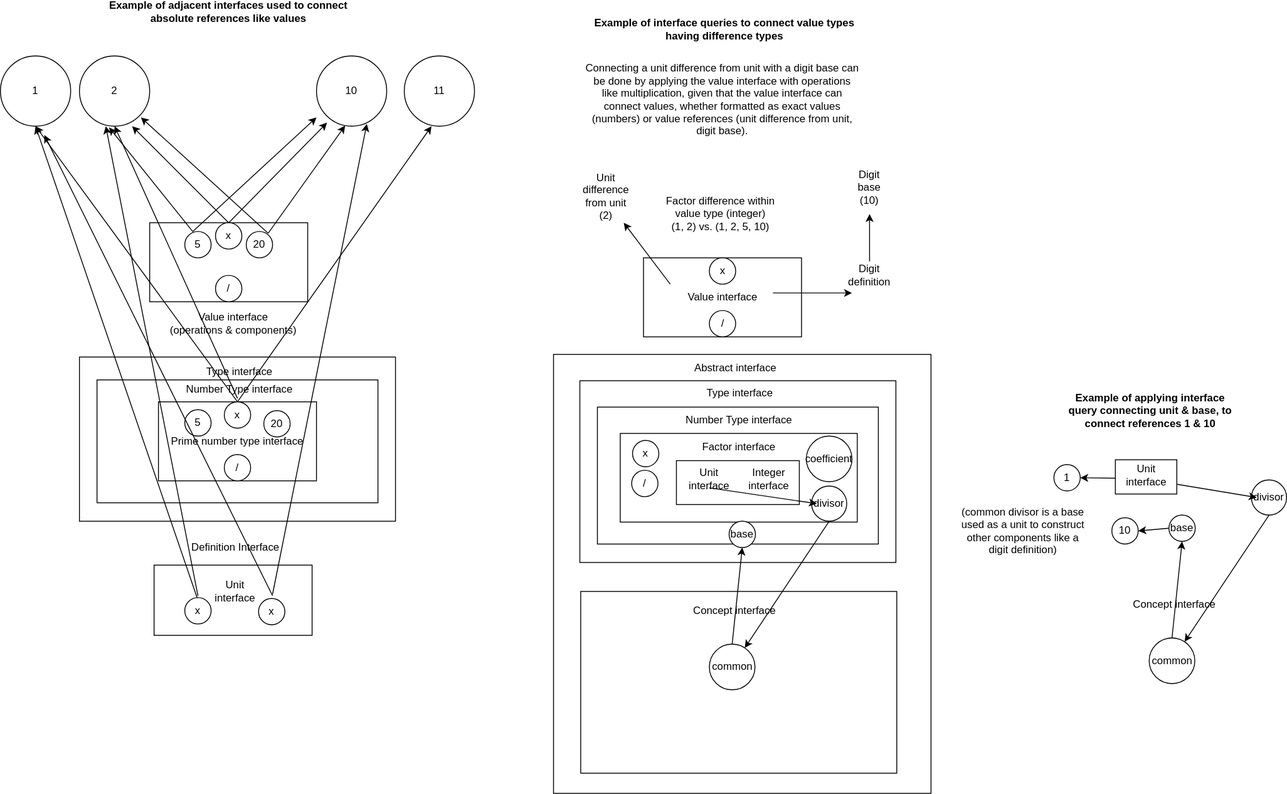
Above: docs/objects/math.svg in outdreamer/build-a-cure (draw.io), before the change. Source tidied: cells renumbered, new cells last; positions are measured from the earlier drawing's top-left corner, leaving out a move shared by most shapes.
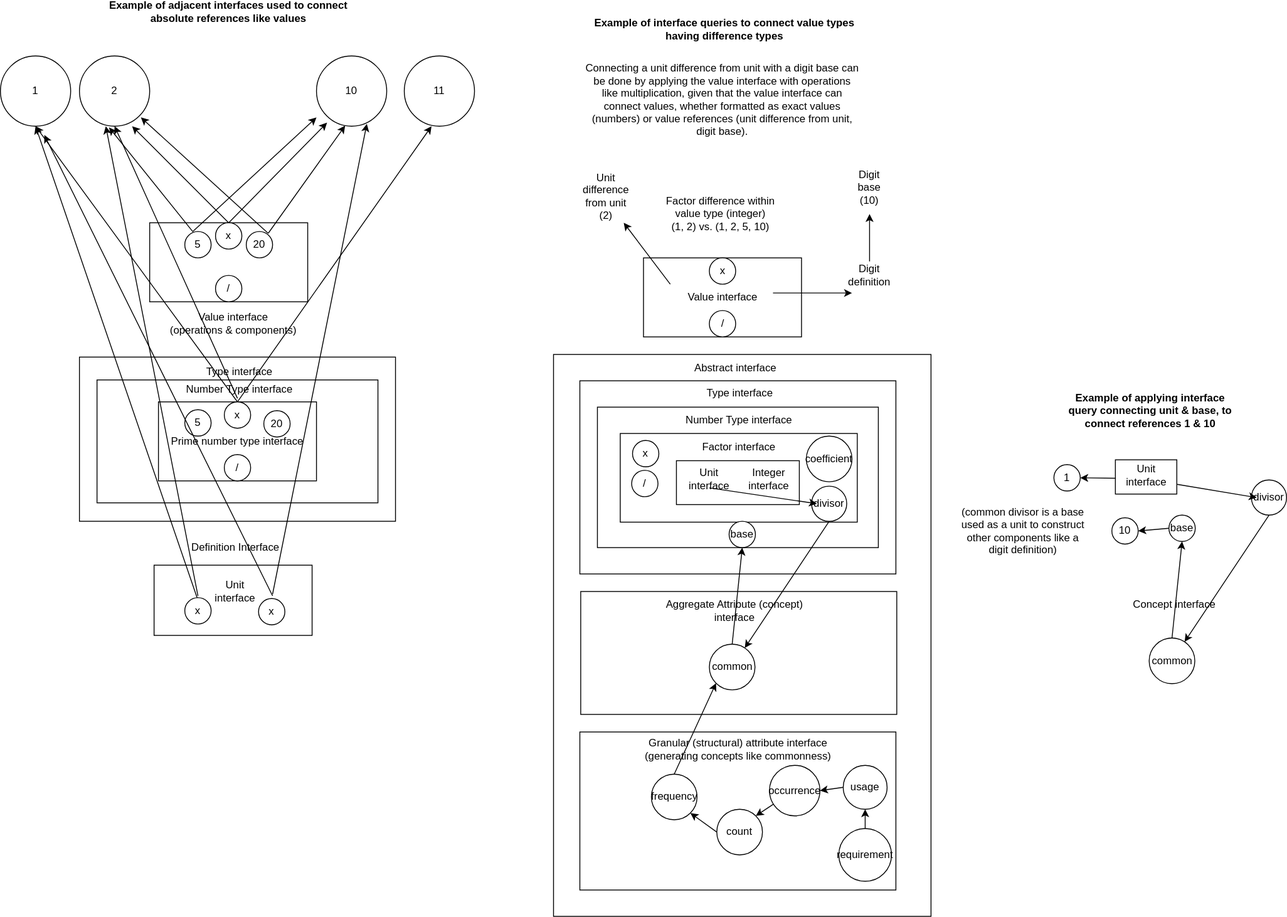
The same diagram one commit later.

Change to the diagram source:
```diff
@@ -6,7 +6,7 @@
       <mxGeometry x="1270" y="520" width="70" height="39" as="geometry" />
     </mxCell>
     <mxCell id="3" style="rounded=0;whiteSpace=wrap;html=1;" parent="1" vertex="1">
-      <mxGeometry x="630" y="400" width="430" height="500" as="geometry" />
+      <mxGeometry x="630" y="400" width="430" height="640" as="geometry" />
     </mxCell>
     <mxCell id="4" style="rounded=0;whiteSpace=wrap;html=1;" parent="1" vertex="1">
       <mxGeometry x="175" y="640" width="180" height="80" as="geometry" />
@@ -160,10 +160,10 @@
       <mxGeometry x="970" y="300" width="40" height="20" as="geometry" />
     </mxCell>
     <mxCell id="45" style="rounded=0;whiteSpace=wrap;html=1;" parent="1" vertex="1">
-      <mxGeometry x="660" y="430" width="360" height="207" as="geometry" />
+      <mxGeometry x="660" y="430" width="360" height="220" as="geometry" />
     </mxCell>
     <mxCell id="46" style="rounded=0;whiteSpace=wrap;html=1;" parent="1" vertex="1">
-      <mxGeometry x="680" y="460" width="320" height="156" as="geometry" />
+      <mxGeometry x="680" y="460" width="320" height="160" as="geometry" />
     </mxCell>
     <mxCell id="47" value="Number Type interface" style="text;html=1;strokeColor=none;fillColor=none;align=center;verticalAlign=middle;whiteSpace=wrap;rounded=0;" parent="1" vertex="1">
       <mxGeometry x="753.5" y="465" width="175" height="20" as="geometry" />
@@ -232,9 +232,9 @@
       <mxGeometry x="294" y="678" width="30" height="30" as="geometry" />
     </mxCell>
     <mxCell id="67" style="rounded=0;whiteSpace=wrap;html=1;" parent="1" vertex="1">
-      <mxGeometry x="661" y="670" width="360" height="207" as="geometry" />
+      <mxGeometry x="661" y="670" width="360" height="140" as="geometry" />
     </mxCell>
-    <mxCell id="68" value="Concept interface" style="text;html=1;strokeColor=none;fillColor=none;align=center;verticalAlign=middle;whiteSpace=wrap;rounded=0;" parent="1" vertex="1">
+    <mxCell id="68" value="Aggregate Attribute (concept) interface" style="text;html=1;strokeColor=none;fillColor=none;align=center;verticalAlign=middle;whiteSpace=wrap;rounded=0;" parent="1" vertex="1">
       <mxGeometry x="749" y="682" width="175" height="20" as="geometry" />
     </mxCell>
     <mxCell id="69" value="common" style="ellipse;whiteSpace=wrap;html=1;" parent="1" vertex="1">
@@ -299,5 +299,41 @@
     <mxCell id="88" value="Example of applying interface query connecting unit &amp;amp; base, to connect references 1 &amp;amp; 10" style="text;html=1;strokeColor=none;fillColor=none;align=center;verticalAlign=middle;whiteSpace=wrap;rounded=0;fontStyle=1;" parent="1" vertex="1">
       <mxGeometry x="1210" y="454" width="200" height="20" as="geometry" />
     </mxCell>
+    <mxCell id="89" style="rounded=0;whiteSpace=wrap;html=1;" parent="1" vertex="1">
+      <mxGeometry x="660" y="830" width="360" height="180" as="geometry" />
+    </mxCell>
+    <mxCell id="90" value="occurrence" style="ellipse;whiteSpace=wrap;html=1;" parent="1" vertex="1">
+      <mxGeometry x="876" y="868" width="57.5" height="57.5" as="geometry" />
+    </mxCell>
+    <mxCell id="91" value="count" style="ellipse;whiteSpace=wrap;html=1;" parent="1" vertex="1">
+      <mxGeometry x="816" y="918" width="52" height="52" as="geometry" />
+    </mxCell>
+    <mxCell id="92" value="frequency" style="ellipse;whiteSpace=wrap;html=1;" parent="1" vertex="1">
+      <mxGeometry x="741.5" y="878" width="52" height="52" as="geometry" />
+    </mxCell>
+    <mxCell id="93" value="Granular (structural) attribute interface&lt;br&gt;(generating concepts like commonness)" style="text;html=1;strokeColor=none;fillColor=none;align=center;verticalAlign=middle;whiteSpace=wrap;rounded=0;" parent="1" vertex="1">
+      <mxGeometry x="728.8" y="840" width="222.5" height="20" as="geometry" />
+    </mxCell>
+    <mxCell id="94" style="endArrow=classic;html=1;entryX=1;entryY=0;entryDx=0;entryDy=0;" parent="1" edge="1" source="90" target="91">
+      <mxGeometry relative="1" as="geometry" />
+    </mxCell>
+    <mxCell id="95" style="endArrow=classic;html=1;entryX=1;entryY=1;entryDx=0;entryDy=0;exitX=0;exitY=0.5;exitDx=0;exitDy=0;" parent="1" edge="1" source="91" target="92">
+      <mxGeometry relative="1" as="geometry" />
+    </mxCell>
+    <mxCell id="96" style="endArrow=classic;html=1;entryX=0;entryY=1;entryDx=0;entryDy=0;exitX=0.5;exitY=0;exitDx=0;exitDy=0;" parent="1" edge="1" source="92" target="69">
+      <mxGeometry relative="1" as="geometry" />
+    </mxCell>
+    <mxCell id="97" value="usage" style="ellipse;whiteSpace=wrap;html=1;" parent="1" vertex="1">
+      <mxGeometry x="960" y="868" width="50" height="50" as="geometry" />
+    </mxCell>
+    <mxCell id="98" style="endArrow=classic;html=1;exitX=0;exitY=0.5;exitDx=0;exitDy=0;entryX=1;entryY=0.5;entryDx=0;entryDy=0;" parent="1" edge="1" source="97" target="90">
+      <mxGeometry relative="1" as="geometry" />
+    </mxCell>
+    <mxCell id="99" value="requirement" style="ellipse;whiteSpace=wrap;html=1;" parent="1" vertex="1">
+      <mxGeometry x="955" y="940" width="60" height="60" as="geometry" />
+    </mxCell>
+    <mxCell id="100" style="endArrow=classic;html=1;exitX=0.5;exitY=0;exitDx=0;exitDy=0;" parent="1" edge="1" source="99" target="97">
+      <mxGeometry relative="1" as="geometry" />
+    </mxCell>
   </root>
 </mxGraphModel>
```
